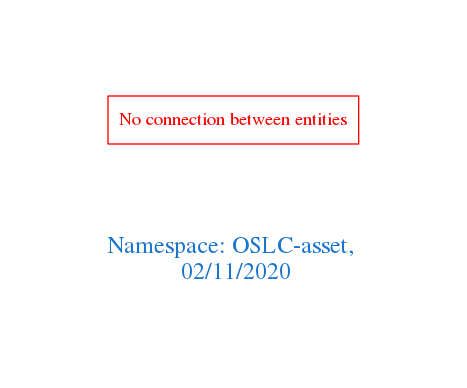
The Graphviz diagram downloads/OSLC-asset.png in arago/OGIT, before a commit. Its source is kept beside it as downloads/OSLC-asset.dot.
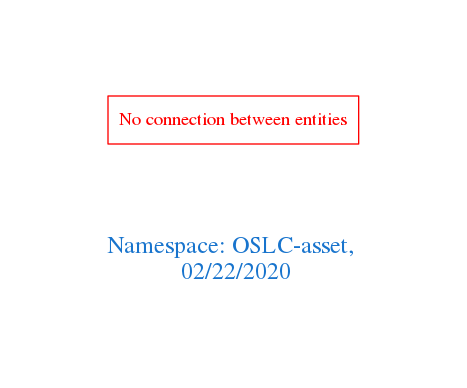
Above is the later version.

What changed in the source:
```diff
@@ -1,7 +1,7 @@
 digraph OGIT_ontology {
  graph [ rankdir= LR,pad=1
 fontsize = 18,
-fontcolor= dodgerblue3,label = "\n\n\nNamespace: OSLC-asset, \n 02/11/2020"];
+fontcolor= dodgerblue3,label = "\n\n\nNamespace: OSLC-asset, \n 02/22/2020"];
 node[shape=polygon];
 edge [  color="gray81"];
 
```
